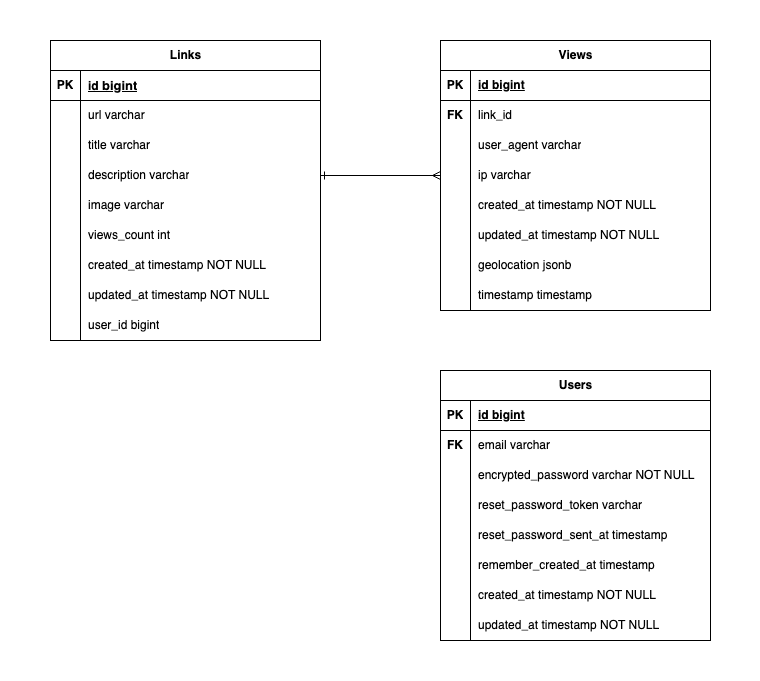
Earlier version of the draw.io export diagrams/entity_relationship_diagram.png (ariessa/snipit). Source tidied: cells renumbered, new cells last; positions are measured from the earlier drawing's top-left corner, leaving out a move shared by most shapes. Source of this version:
```xml
<mxGraphModel>
  <root>
    <mxCell id="0" />
    <mxCell id="1" parent="0" />
    <mxCell id="2" style="rounded=0;whiteSpace=wrap;html=1;strokeColor=none;" parent="1" vertex="1">
      <mxGeometry width="760" height="680" as="geometry" />
    </mxCell>
    <mxCell id="3" value="Views" style="shape=table;startSize=30;rowLines=0;fontStyle=1;align=center;html=1;" parent="1" vertex="1">
      <mxGeometry x="440" y="40" width="270" height="270" as="geometry" />
    </mxCell>
    <mxCell id="4" style="shape=tableRow;horizontal=0;startSize=0;swimlaneHead=0;swimlaneBody=0;fillColor=none;top=0;left=0;right=0;bottom=1;" parent="3" vertex="1">
      <mxGeometry y="30" width="270" height="30" as="geometry" />
    </mxCell>
    <mxCell id="5" value="PK" style="shape=partialRectangle;fillColor=none;top=0;left=0;bottom=0;right=0;fontStyle=1;overflow=hidden;whiteSpace=wrap;html=1;" parent="4" vertex="1">
      <mxGeometry width="30" height="30" as="geometry" />
    </mxCell>
    <mxCell id="6" value="id bigint" style="shape=partialRectangle;fillColor=none;top=0;left=0;bottom=0;right=0;align=left;spacingLeft=6;fontStyle=5;overflow=hidden;whiteSpace=wrap;html=1;" parent="4" vertex="1">
      <mxGeometry x="30" width="240" height="30" as="geometry" />
    </mxCell>
    <mxCell id="7" style="shape=tableRow;horizontal=0;startSize=0;swimlaneHead=0;swimlaneBody=0;fillColor=none;top=0;left=0;right=0;bottom=0;" parent="3" vertex="1">
      <mxGeometry y="60" width="270" height="30" as="geometry" />
    </mxCell>
    <mxCell id="8" value="&lt;b&gt;FK&lt;/b&gt;" style="shape=partialRectangle;fillColor=none;top=0;left=0;bottom=0;right=0;overflow=hidden;whiteSpace=wrap;html=1;" parent="7" vertex="1">
      <mxGeometry width="30" height="30" as="geometry" />
    </mxCell>
    <mxCell id="9" value="link_id" style="shape=partialRectangle;fillColor=none;top=0;left=0;bottom=0;right=0;align=left;spacingLeft=6;overflow=hidden;whiteSpace=wrap;html=1;" parent="7" vertex="1">
      <mxGeometry x="30" width="240" height="30" as="geometry" />
    </mxCell>
    <mxCell id="10" style="shape=tableRow;horizontal=0;startSize=0;swimlaneHead=0;swimlaneBody=0;fillColor=none;top=0;left=0;right=0;bottom=0;" parent="3" vertex="1">
      <mxGeometry y="90" width="270" height="30" as="geometry" />
    </mxCell>
    <mxCell id="11" style="shape=partialRectangle;fillColor=none;top=0;left=0;bottom=0;right=0;overflow=hidden;whiteSpace=wrap;html=1;" parent="10" vertex="1">
      <mxGeometry width="30" height="30" as="geometry" />
    </mxCell>
    <mxCell id="12" value="user_agent varchar" style="shape=partialRectangle;fillColor=none;top=0;left=0;bottom=0;right=0;align=left;spacingLeft=6;overflow=hidden;whiteSpace=wrap;html=1;" parent="10" vertex="1">
      <mxGeometry x="30" width="240" height="30" as="geometry" />
    </mxCell>
    <mxCell id="13" style="shape=tableRow;horizontal=0;startSize=0;swimlaneHead=0;swimlaneBody=0;fillColor=none;points=[[0,0.5],[1,0.5]];portConstraint=eastwest;top=0;left=0;right=0;bottom=0;" parent="3" vertex="1">
      <mxGeometry y="120" width="270" height="30" as="geometry" />
    </mxCell>
    <mxCell id="14" style="shape=partialRectangle;fillColor=none;top=0;left=0;bottom=0;right=0;overflow=hidden;whiteSpace=wrap;html=1;" parent="13" vertex="1">
      <mxGeometry width="30" height="30" as="geometry" />
    </mxCell>
    <mxCell id="15" value="ip varchar" style="shape=partialRectangle;fillColor=none;top=0;left=0;bottom=0;right=0;align=left;spacingLeft=6;overflow=hidden;whiteSpace=wrap;html=1;" parent="13" vertex="1">
      <mxGeometry x="30" width="240" height="30" as="geometry" />
    </mxCell>
    <mxCell id="16" style="shape=tableRow;horizontal=0;startSize=0;swimlaneHead=0;swimlaneBody=0;fillColor=none;top=0;left=0;right=0;bottom=0;" parent="3" vertex="1">
      <mxGeometry y="150" width="270" height="30" as="geometry" />
    </mxCell>
    <mxCell id="17" style="shape=partialRectangle;fillColor=none;top=0;left=0;bottom=0;right=0;overflow=hidden;whiteSpace=wrap;html=1;" parent="16" vertex="1">
      <mxGeometry width="30" height="30" as="geometry" />
    </mxCell>
    <mxCell id="18" value="created_at timestamp NOT NULL" style="shape=partialRectangle;fillColor=none;top=0;left=0;bottom=0;right=0;align=left;spacingLeft=6;overflow=hidden;whiteSpace=wrap;html=1;" parent="16" vertex="1">
      <mxGeometry x="30" width="240" height="30" as="geometry" />
    </mxCell>
    <mxCell id="19" style="shape=tableRow;horizontal=0;startSize=0;swimlaneHead=0;swimlaneBody=0;fillColor=none;top=0;left=0;right=0;bottom=0;" parent="3" vertex="1">
      <mxGeometry y="180" width="270" height="30" as="geometry" />
    </mxCell>
    <mxCell id="20" style="shape=partialRectangle;fillColor=none;top=0;left=0;bottom=0;right=0;overflow=hidden;whiteSpace=wrap;html=1;" parent="19" vertex="1">
      <mxGeometry width="30" height="30" as="geometry" />
    </mxCell>
    <mxCell id="21" value="updated_at timestamp NOT NULL" style="shape=partialRectangle;fillColor=none;top=0;left=0;bottom=0;right=0;align=left;spacingLeft=6;overflow=hidden;whiteSpace=wrap;html=1;" parent="19" vertex="1">
      <mxGeometry x="30" width="240" height="30" as="geometry" />
    </mxCell>
    <mxCell id="22" style="shape=tableRow;horizontal=0;startSize=0;swimlaneHead=0;swimlaneBody=0;fillColor=none;top=0;left=0;right=0;bottom=0;" parent="3" vertex="1">
      <mxGeometry y="210" width="270" height="30" as="geometry" />
    </mxCell>
    <mxCell id="23" style="shape=partialRectangle;fillColor=none;top=0;left=0;bottom=0;right=0;overflow=hidden;whiteSpace=wrap;html=1;" parent="22" vertex="1">
      <mxGeometry width="30" height="30" as="geometry" />
    </mxCell>
    <mxCell id="24" value="geolocation jsonb" style="shape=partialRectangle;fillColor=none;top=0;left=0;bottom=0;right=0;align=left;spacingLeft=6;overflow=hidden;whiteSpace=wrap;html=1;" parent="22" vertex="1">
      <mxGeometry x="30" width="240" height="30" as="geometry" />
    </mxCell>
    <mxCell id="25" style="shape=tableRow;horizontal=0;startSize=0;swimlaneHead=0;swimlaneBody=0;fillColor=none;top=0;left=0;right=0;bottom=0;" parent="3" vertex="1">
      <mxGeometry y="240" width="270" height="30" as="geometry" />
    </mxCell>
    <mxCell id="26" style="shape=partialRectangle;fillColor=none;top=0;left=0;bottom=0;right=0;overflow=hidden;whiteSpace=wrap;html=1;" parent="25" vertex="1">
      <mxGeometry width="30" height="30" as="geometry" />
    </mxCell>
    <mxCell id="27" value="timestamp timestamp" style="shape=partialRectangle;fillColor=none;top=0;left=0;bottom=0;right=0;align=left;spacingLeft=6;overflow=hidden;whiteSpace=wrap;html=1;" parent="25" vertex="1">
      <mxGeometry x="30" width="240" height="30" as="geometry" />
    </mxCell>
    <mxCell id="28" value="Users" style="shape=table;startSize=30;rowLines=0;fontStyle=1;align=center;html=1;" parent="1" vertex="1">
      <mxGeometry x="440" y="370" width="270" height="270" as="geometry" />
    </mxCell>
    <mxCell id="29" style="shape=tableRow;horizontal=0;startSize=0;swimlaneHead=0;swimlaneBody=0;fillColor=none;top=0;left=0;right=0;bottom=1;" parent="28" vertex="1">
      <mxGeometry y="30" width="270" height="30" as="geometry" />
    </mxCell>
    <mxCell id="30" value="PK" style="shape=partialRectangle;fillColor=none;top=0;left=0;bottom=0;right=0;fontStyle=1;overflow=hidden;whiteSpace=wrap;html=1;" parent="29" vertex="1">
      <mxGeometry width="30" height="30" as="geometry" />
    </mxCell>
    <mxCell id="31" value="id bigint" style="shape=partialRectangle;fillColor=none;top=0;left=0;bottom=0;right=0;align=left;spacingLeft=6;fontStyle=5;overflow=hidden;whiteSpace=wrap;html=1;" parent="29" vertex="1">
      <mxGeometry x="30" width="240" height="30" as="geometry" />
    </mxCell>
    <mxCell id="32" style="shape=tableRow;horizontal=0;startSize=0;swimlaneHead=0;swimlaneBody=0;fillColor=none;top=0;left=0;right=0;bottom=0;" parent="28" vertex="1">
      <mxGeometry y="60" width="270" height="30" as="geometry" />
    </mxCell>
    <mxCell id="33" value="&lt;b&gt;FK&lt;/b&gt;" style="shape=partialRectangle;fillColor=none;top=0;left=0;bottom=0;right=0;overflow=hidden;whiteSpace=wrap;html=1;" parent="32" vertex="1">
      <mxGeometry width="30" height="30" as="geometry" />
    </mxCell>
    <mxCell id="34" value="email varchar" style="shape=partialRectangle;fillColor=none;top=0;left=0;bottom=0;right=0;align=left;spacingLeft=6;overflow=hidden;whiteSpace=wrap;html=1;" parent="32" vertex="1">
      <mxGeometry x="30" width="240" height="30" as="geometry" />
    </mxCell>
    <mxCell id="35" style="shape=tableRow;horizontal=0;startSize=0;swimlaneHead=0;swimlaneBody=0;fillColor=none;top=0;left=0;right=0;bottom=0;" parent="28" vertex="1">
      <mxGeometry y="90" width="270" height="30" as="geometry" />
    </mxCell>
    <mxCell id="36" style="shape=partialRectangle;fillColor=none;top=0;left=0;bottom=0;right=0;overflow=hidden;whiteSpace=wrap;html=1;" parent="35" vertex="1">
      <mxGeometry width="30" height="30" as="geometry" />
    </mxCell>
    <mxCell id="37" value="encrypted_password varchar NOT NULL" style="shape=partialRectangle;fillColor=none;top=0;left=0;bottom=0;right=0;align=left;spacingLeft=6;overflow=hidden;whiteSpace=wrap;html=1;" parent="35" vertex="1">
      <mxGeometry x="30" width="240" height="30" as="geometry" />
    </mxCell>
    <mxCell id="38" style="shape=tableRow;horizontal=0;startSize=0;swimlaneHead=0;swimlaneBody=0;fillColor=none;top=0;left=0;right=0;bottom=0;" parent="28" vertex="1">
      <mxGeometry y="120" width="270" height="30" as="geometry" />
    </mxCell>
    <mxCell id="39" style="shape=partialRectangle;fillColor=none;top=0;left=0;bottom=0;right=0;overflow=hidden;whiteSpace=wrap;html=1;" parent="38" vertex="1">
      <mxGeometry width="30" height="30" as="geometry" />
    </mxCell>
    <mxCell id="40" value="reset_password_token varchar" style="shape=partialRectangle;fillColor=none;top=0;left=0;bottom=0;right=0;align=left;spacingLeft=6;overflow=hidden;whiteSpace=wrap;html=1;" parent="38" vertex="1">
      <mxGeometry x="30" width="240" height="30" as="geometry" />
    </mxCell>
    <mxCell id="41" style="shape=tableRow;horizontal=0;startSize=0;swimlaneHead=0;swimlaneBody=0;fillColor=none;top=0;left=0;right=0;bottom=0;" parent="28" vertex="1">
      <mxGeometry y="150" width="270" height="30" as="geometry" />
    </mxCell>
    <mxCell id="42" style="shape=partialRectangle;fillColor=none;top=0;left=0;bottom=0;right=0;overflow=hidden;whiteSpace=wrap;html=1;" parent="41" vertex="1">
      <mxGeometry width="30" height="30" as="geometry" />
    </mxCell>
    <mxCell id="43" value="reset_password_sent_at timestamp" style="shape=partialRectangle;fillColor=none;top=0;left=0;bottom=0;right=0;align=left;spacingLeft=6;overflow=hidden;whiteSpace=wrap;html=1;" parent="41" vertex="1">
      <mxGeometry x="30" width="240" height="30" as="geometry" />
    </mxCell>
    <mxCell id="44" style="shape=tableRow;horizontal=0;startSize=0;swimlaneHead=0;swimlaneBody=0;fillColor=none;top=0;left=0;right=0;bottom=0;" parent="28" vertex="1">
      <mxGeometry y="180" width="270" height="30" as="geometry" />
    </mxCell>
    <mxCell id="45" style="shape=partialRectangle;fillColor=none;top=0;left=0;bottom=0;right=0;overflow=hidden;whiteSpace=wrap;html=1;" parent="44" vertex="1">
      <mxGeometry width="30" height="30" as="geometry" />
    </mxCell>
    <mxCell id="46" value="remember_created_at timestamp" style="shape=partialRectangle;fillColor=none;top=0;left=0;bottom=0;right=0;align=left;spacingLeft=6;overflow=hidden;whiteSpace=wrap;html=1;" parent="44" vertex="1">
      <mxGeometry x="30" width="240" height="30" as="geometry" />
    </mxCell>
    <mxCell id="47" style="shape=tableRow;horizontal=0;startSize=0;swimlaneHead=0;swimlaneBody=0;fillColor=none;top=0;left=0;right=0;bottom=0;" parent="28" vertex="1">
      <mxGeometry y="210" width="270" height="30" as="geometry" />
    </mxCell>
    <mxCell id="48" style="shape=partialRectangle;fillColor=none;top=0;left=0;bottom=0;right=0;overflow=hidden;whiteSpace=wrap;html=1;" parent="47" vertex="1">
      <mxGeometry width="30" height="30" as="geometry" />
    </mxCell>
    <mxCell id="49" value="created_at timestamp NOT NULL" style="shape=partialRectangle;fillColor=none;top=0;left=0;bottom=0;right=0;align=left;spacingLeft=6;overflow=hidden;whiteSpace=wrap;html=1;" parent="47" vertex="1">
      <mxGeometry x="30" width="240" height="30" as="geometry" />
    </mxCell>
    <mxCell id="50" style="shape=tableRow;horizontal=0;startSize=0;swimlaneHead=0;swimlaneBody=0;fillColor=none;top=0;left=0;right=0;bottom=0;" parent="28" vertex="1">
      <mxGeometry y="240" width="270" height="30" as="geometry" />
    </mxCell>
    <mxCell id="51" style="shape=partialRectangle;fillColor=none;top=0;left=0;bottom=0;right=0;overflow=hidden;whiteSpace=wrap;html=1;" parent="50" vertex="1">
      <mxGeometry width="30" height="30" as="geometry" />
    </mxCell>
    <mxCell id="52" value="updated_at timestamp NOT NULL" style="shape=partialRectangle;fillColor=none;top=0;left=0;bottom=0;right=0;align=left;spacingLeft=6;overflow=hidden;whiteSpace=wrap;html=1;" parent="50" vertex="1">
      <mxGeometry x="30" width="240" height="30" as="geometry" />
    </mxCell>
    <mxCell id="53" value="Links" style="shape=table;startSize=30;rowLines=0;fontStyle=1;align=center;html=1;" parent="1" vertex="1">
      <mxGeometry x="50" y="40" width="270" height="300" as="geometry" />
    </mxCell>
    <mxCell id="54" style="shape=tableRow;horizontal=0;startSize=0;swimlaneHead=0;swimlaneBody=0;fillColor=none;top=0;left=0;right=0;bottom=1;" parent="53" vertex="1">
      <mxGeometry y="30" width="270" height="30" as="geometry" />
    </mxCell>
    <mxCell id="55" value="PK" style="shape=partialRectangle;fillColor=none;top=0;left=0;bottom=0;right=0;fontStyle=1;overflow=hidden;whiteSpace=wrap;html=1;" parent="54" vertex="1">
      <mxGeometry width="30" height="30" as="geometry" />
    </mxCell>
    <mxCell id="56" value="id&amp;nbsp;&lt;span style=&quot;color: var(--highlight-namespace); font-family: inherit; font-size: 13px; font-style: inherit; font-variant-ligatures: inherit; font-variant-caps: inherit; font-weight: inherit; background-color: transparent; white-space: inherit;&quot;&gt;bigint&lt;/span&gt;" style="shape=partialRectangle;fillColor=none;top=0;left=0;bottom=0;right=0;align=left;spacingLeft=6;fontStyle=5;overflow=hidden;whiteSpace=wrap;html=1;" parent="54" vertex="1">
      <mxGeometry x="30" width="240" height="30" as="geometry" />
    </mxCell>
    <mxCell id="57" style="shape=tableRow;horizontal=0;startSize=0;swimlaneHead=0;swimlaneBody=0;fillColor=none;top=0;left=0;right=0;bottom=0;" parent="53" vertex="1">
      <mxGeometry y="60" width="270" height="30" as="geometry" />
    </mxCell>
    <mxCell id="58" style="shape=partialRectangle;fillColor=none;top=0;left=0;bottom=0;right=0;overflow=hidden;whiteSpace=wrap;html=1;" parent="57" vertex="1">
      <mxGeometry width="30" height="30" as="geometry" />
    </mxCell>
    <mxCell id="59" value="url varchar" style="shape=partialRectangle;fillColor=none;top=0;left=0;bottom=0;right=0;align=left;spacingLeft=6;overflow=hidden;whiteSpace=wrap;html=1;" parent="57" vertex="1">
      <mxGeometry x="30" width="240" height="30" as="geometry" />
    </mxCell>
    <mxCell id="60" style="shape=tableRow;horizontal=0;startSize=0;swimlaneHead=0;swimlaneBody=0;fillColor=none;top=0;left=0;right=0;bottom=0;" parent="53" vertex="1">
      <mxGeometry y="90" width="270" height="30" as="geometry" />
    </mxCell>
    <mxCell id="61" style="shape=partialRectangle;fillColor=none;top=0;left=0;bottom=0;right=0;overflow=hidden;whiteSpace=wrap;html=1;" parent="60" vertex="1">
      <mxGeometry width="30" height="30" as="geometry" />
    </mxCell>
    <mxCell id="62" value="title varchar" style="shape=partialRectangle;fillColor=none;top=0;left=0;bottom=0;right=0;align=left;spacingLeft=6;overflow=hidden;whiteSpace=wrap;html=1;" parent="60" vertex="1">
      <mxGeometry x="30" width="240" height="30" as="geometry" />
    </mxCell>
    <mxCell id="63" style="shape=tableRow;horizontal=0;startSize=0;swimlaneHead=0;swimlaneBody=0;fillColor=none;points=[[0,0.5],[1,0.5]];portConstraint=eastwest;top=0;left=0;right=0;bottom=0;" parent="53" vertex="1">
      <mxGeometry y="120" width="270" height="30" as="geometry" />
    </mxCell>
    <mxCell id="64" style="shape=partialRectangle;fillColor=none;top=0;left=0;bottom=0;right=0;overflow=hidden;whiteSpace=wrap;html=1;" parent="63" vertex="1">
      <mxGeometry width="30" height="30" as="geometry" />
    </mxCell>
    <mxCell id="65" value="description varchar" style="shape=partialRectangle;fillColor=none;top=0;left=0;bottom=0;right=0;align=left;spacingLeft=6;overflow=hidden;whiteSpace=wrap;html=1;" parent="63" vertex="1">
      <mxGeometry x="30" width="240" height="30" as="geometry" />
    </mxCell>
    <mxCell id="66" style="shape=tableRow;horizontal=0;startSize=0;swimlaneHead=0;swimlaneBody=0;fillColor=none;top=0;left=0;right=0;bottom=0;" parent="53" vertex="1">
      <mxGeometry y="150" width="270" height="30" as="geometry" />
    </mxCell>
    <mxCell id="67" style="shape=partialRectangle;fillColor=none;top=0;left=0;bottom=0;right=0;overflow=hidden;whiteSpace=wrap;html=1;" parent="66" vertex="1">
      <mxGeometry width="30" height="30" as="geometry" />
    </mxCell>
    <mxCell id="68" value="image varchar" style="shape=partialRectangle;fillColor=none;top=0;left=0;bottom=0;right=0;align=left;spacingLeft=6;overflow=hidden;whiteSpace=wrap;html=1;" parent="66" vertex="1">
      <mxGeometry x="30" width="240" height="30" as="geometry" />
    </mxCell>
    <mxCell id="69" style="shape=tableRow;horizontal=0;startSize=0;swimlaneHead=0;swimlaneBody=0;fillColor=none;top=0;left=0;right=0;bottom=0;" parent="53" vertex="1">
      <mxGeometry y="180" width="270" height="30" as="geometry" />
    </mxCell>
    <mxCell id="70" style="shape=partialRectangle;fillColor=none;top=0;left=0;bottom=0;right=0;overflow=hidden;whiteSpace=wrap;html=1;" parent="69" vertex="1">
      <mxGeometry width="30" height="30" as="geometry" />
    </mxCell>
    <mxCell id="71" value="views_count int" style="shape=partialRectangle;fillColor=none;top=0;left=0;bottom=0;right=0;align=left;spacingLeft=6;overflow=hidden;whiteSpace=wrap;html=1;" parent="69" vertex="1">
      <mxGeometry x="30" width="240" height="30" as="geometry" />
    </mxCell>
    <mxCell id="72" style="shape=tableRow;horizontal=0;startSize=0;swimlaneHead=0;swimlaneBody=0;fillColor=none;top=0;left=0;right=0;bottom=0;" parent="53" vertex="1">
      <mxGeometry y="210" width="270" height="30" as="geometry" />
    </mxCell>
    <mxCell id="73" style="shape=partialRectangle;fillColor=none;top=0;left=0;bottom=0;right=0;overflow=hidden;whiteSpace=wrap;html=1;" parent="72" vertex="1">
      <mxGeometry width="30" height="30" as="geometry" />
    </mxCell>
    <mxCell id="74" value="created_at timestamp NOT NULL" style="shape=partialRectangle;fillColor=none;top=0;left=0;bottom=0;right=0;align=left;spacingLeft=6;overflow=hidden;whiteSpace=wrap;html=1;" parent="72" vertex="1">
      <mxGeometry x="30" width="240" height="30" as="geometry" />
    </mxCell>
    <mxCell id="75" style="shape=tableRow;horizontal=0;startSize=0;swimlaneHead=0;swimlaneBody=0;fillColor=none;top=0;left=0;right=0;bottom=0;" parent="53" vertex="1">
      <mxGeometry y="240" width="270" height="30" as="geometry" />
    </mxCell>
    <mxCell id="76" style="shape=partialRectangle;fillColor=none;top=0;left=0;bottom=0;right=0;overflow=hidden;whiteSpace=wrap;html=1;" parent="75" vertex="1">
      <mxGeometry width="30" height="30" as="geometry" />
    </mxCell>
    <mxCell id="77" value="updated_at timestamp NOT NULL" style="shape=partialRectangle;fillColor=none;top=0;left=0;bottom=0;right=0;align=left;spacingLeft=6;overflow=hidden;whiteSpace=wrap;html=1;" parent="75" vertex="1">
      <mxGeometry x="30" width="240" height="30" as="geometry" />
    </mxCell>
    <mxCell id="78" style="shape=tableRow;horizontal=0;startSize=0;swimlaneHead=0;swimlaneBody=0;fillColor=none;top=0;left=0;right=0;bottom=0;" parent="53" vertex="1">
      <mxGeometry y="270" width="270" height="30" as="geometry" />
    </mxCell>
    <mxCell id="79" style="shape=partialRectangle;fillColor=none;top=0;left=0;bottom=0;right=0;overflow=hidden;whiteSpace=wrap;html=1;" parent="78" vertex="1">
      <mxGeometry width="30" height="30" as="geometry" />
    </mxCell>
    <mxCell id="80" value="user_id bigint" style="shape=partialRectangle;fillColor=none;top=0;left=0;bottom=0;right=0;align=left;spacingLeft=6;overflow=hidden;whiteSpace=wrap;html=1;" parent="78" vertex="1">
      <mxGeometry x="30" width="240" height="30" as="geometry" />
    </mxCell>
    <mxCell id="81" style="endArrow=ERmany;html=1;rounded=0;entryX=0;entryY=0.5;entryDx=0;entryDy=0;exitX=1;exitY=0.5;exitDx=0;exitDy=0;endFill=0;startArrow=ERone;startFill=0;" parent="1" edge="1" source="63" target="13">
      <mxGeometry relative="1" as="geometry" />
    </mxCell>
  </root>
</mxGraphModel>
```
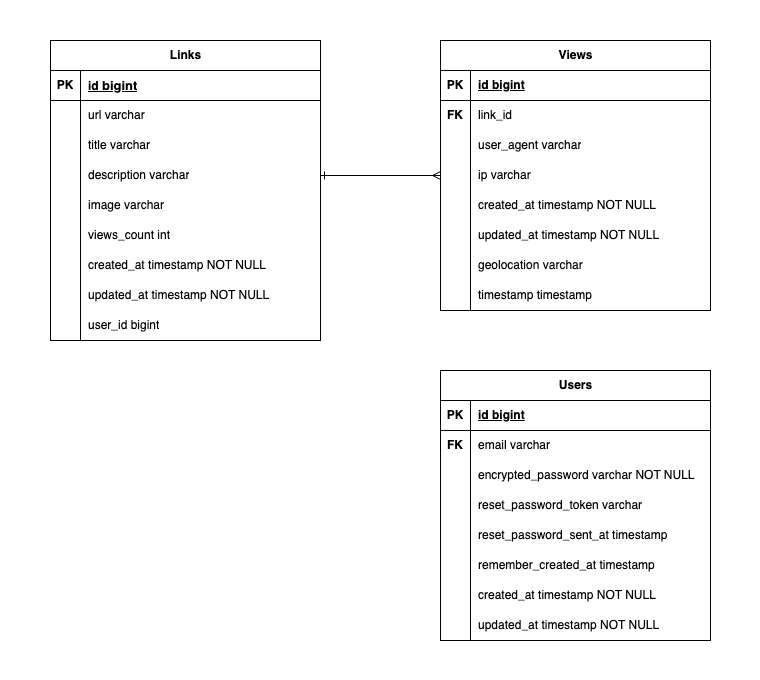
After the change.

Diff of the diagram source:
```diff
@@ -68,7 +68,7 @@
     <mxCell id="23" style="shape=partialRectangle;fillColor=none;top=0;left=0;bottom=0;right=0;overflow=hidden;whiteSpace=wrap;html=1;" parent="22" vertex="1">
       <mxGeometry width="30" height="30" as="geometry" />
     </mxCell>
-    <mxCell id="24" value="geolocation jsonb" style="shape=partialRectangle;fillColor=none;top=0;left=0;bottom=0;right=0;align=left;spacingLeft=6;overflow=hidden;whiteSpace=wrap;html=1;" parent="22" vertex="1">
+    <mxCell id="24" value="geolocation varchar" style="shape=partialRectangle;fillColor=none;top=0;left=0;bottom=0;right=0;align=left;spacingLeft=6;overflow=hidden;whiteSpace=wrap;html=1;" parent="22" vertex="1">
       <mxGeometry x="30" width="240" height="30" as="geometry" />
     </mxCell>
     <mxCell id="25" style="shape=tableRow;horizontal=0;startSize=0;swimlaneHead=0;swimlaneBody=0;fillColor=none;top=0;left=0;right=0;bottom=0;" parent="3" vertex="1">
```
